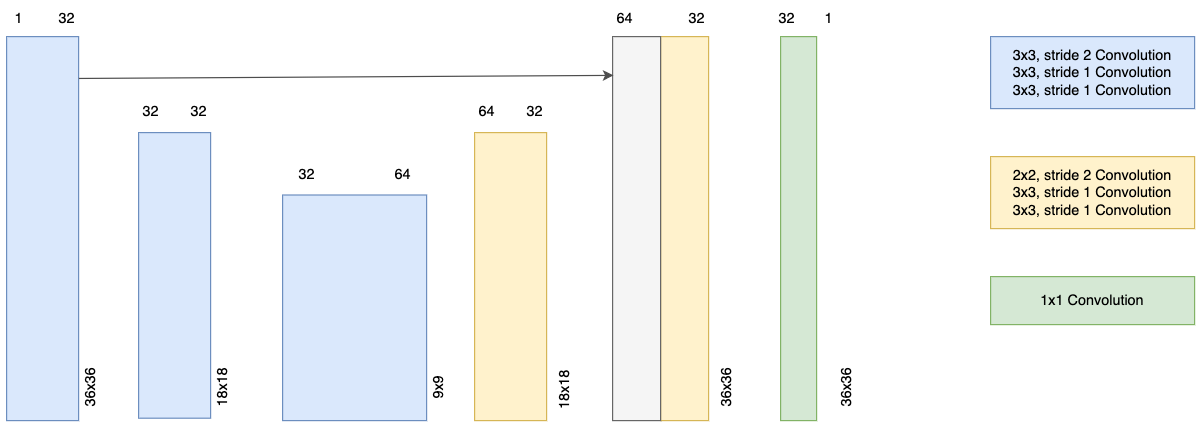
AndrejPer/AndrejPer.github.io keeps this draw.io diagram as assets/images/my_arch.png. Above is the earlier version. Source tidied: cells renumbered, new cells last; positions are measured from the earlier drawing's top-left corner, leaving out a move shared by most shapes. Its diagram source:
```xml
<mxGraphModel>
  <root>
    <mxCell id="0" />
    <mxCell id="1" parent="0" />
    <mxCell id="2" style="rounded=0;whiteSpace=wrap;html=1;fillColor=#dae8fc;strokeColor=#6c8ebf;" parent="1" vertex="1">
      <mxGeometry x="5" y="30" width="60" height="320" as="geometry" />
    </mxCell>
    <mxCell id="3" style="rounded=0;whiteSpace=wrap;html=1;fillColor=#fff2cc;strokeColor=#d6b656;" parent="1" vertex="1">
      <mxGeometry x="550" y="30" width="40" height="320" as="geometry" />
    </mxCell>
    <mxCell id="4" value="1" style="text;html=1;align=center;verticalAlign=middle;strokeColor=none;fillColor=none;" parent="1" vertex="1">
      <mxGeometry width="30" height="30" as="geometry" />
    </mxCell>
    <mxCell id="5" style="rounded=0;whiteSpace=wrap;html=1;fillColor=#f5f5f5;strokeColor=#666666;fontColor=#333333;" parent="1" vertex="1">
      <mxGeometry x="510" y="30" width="40" height="320" as="geometry" />
    </mxCell>
    <mxCell id="6" value="32" style="text;html=1;align=center;verticalAlign=middle;strokeColor=none;fillColor=none;" parent="1" vertex="1">
      <mxGeometry x="35" width="40" height="30" as="geometry" />
    </mxCell>
    <mxCell id="7" style="rounded=0;whiteSpace=wrap;html=1;fillColor=#dae8fc;strokeColor=#6c8ebf;" parent="1" vertex="1">
      <mxGeometry x="115" y="110" width="60" height="238" as="geometry" />
    </mxCell>
    <mxCell id="8" value="32" style="text;html=1;align=center;verticalAlign=middle;strokeColor=none;fillColor=none;" parent="1" vertex="1">
      <mxGeometry x="105" y="78" width="40" height="30" as="geometry" />
    </mxCell>
    <mxCell id="9" value="32" style="text;html=1;align=center;verticalAlign=middle;strokeColor=none;fillColor=none;" parent="1" vertex="1">
      <mxGeometry x="145" y="78" width="40" height="30" as="geometry" />
    </mxCell>
    <mxCell id="10" style="rounded=0;whiteSpace=wrap;html=1;fillColor=#dae8fc;strokeColor=#6c8ebf;" parent="1" vertex="1">
      <mxGeometry x="235" y="162" width="120" height="188" as="geometry" />
    </mxCell>
    <mxCell id="11" value="32" style="text;html=1;align=center;verticalAlign=middle;strokeColor=none;fillColor=none;" parent="1" vertex="1">
      <mxGeometry x="235" y="130" width="40" height="30" as="geometry" />
    </mxCell>
    <mxCell id="12" value="64" style="text;html=1;align=center;verticalAlign=middle;strokeColor=none;fillColor=none;" parent="1" vertex="1">
      <mxGeometry x="315" y="130" width="40" height="30" as="geometry" />
    </mxCell>
    <mxCell id="13" style="rounded=0;whiteSpace=wrap;html=1;fillColor=#fff2cc;strokeColor=#d6b656;" parent="1" vertex="1">
      <mxGeometry x="395" y="110" width="60" height="240" as="geometry" />
    </mxCell>
    <mxCell id="14" value="64" style="text;html=1;align=center;verticalAlign=middle;strokeColor=none;fillColor=none;" parent="1" vertex="1">
      <mxGeometry x="385" y="78" width="40" height="30" as="geometry" />
    </mxCell>
    <mxCell id="15" value="32" style="text;html=1;align=center;verticalAlign=middle;strokeColor=none;fillColor=none;" parent="1" vertex="1">
      <mxGeometry x="425" y="78" width="40" height="30" as="geometry" />
    </mxCell>
    <mxCell id="16" value="64" style="text;html=1;align=center;verticalAlign=middle;strokeColor=none;fillColor=none;" parent="1" vertex="1">
      <mxGeometry x="500" width="40" height="30" as="geometry" />
    </mxCell>
    <mxCell id="17" value="32" style="text;html=1;align=center;verticalAlign=middle;strokeColor=none;fillColor=none;" parent="1" vertex="1">
      <mxGeometry x="560" width="40" height="30" as="geometry" />
    </mxCell>
    <mxCell id="18" value="36x36" style="text;html=1;align=center;verticalAlign=middle;strokeColor=none;fillColor=none;rotation=-90;" parent="1" vertex="1">
      <mxGeometry x="45" y="308" width="60" height="30" as="geometry" />
    </mxCell>
    <mxCell id="19" value="18x18" style="text;html=1;align=center;verticalAlign=middle;strokeColor=none;fillColor=none;rotation=-90;" parent="1" vertex="1">
      <mxGeometry x="155" y="308" width="60" height="30" as="geometry" />
    </mxCell>
    <mxCell id="20" value="9x9" style="text;html=1;align=center;verticalAlign=middle;strokeColor=none;fillColor=none;rotation=-90;" parent="1" vertex="1">
      <mxGeometry x="345" y="308" width="40" height="30" as="geometry" />
    </mxCell>
    <mxCell id="21" value="18x18" style="text;html=1;align=center;verticalAlign=middle;strokeColor=none;fillColor=none;rotation=-90;" parent="1" vertex="1">
      <mxGeometry x="440" y="310" width="60" height="30" as="geometry" />
    </mxCell>
    <mxCell id="22" value="36x36" style="text;html=1;align=center;verticalAlign=middle;strokeColor=none;fillColor=none;rotation=-90;" parent="1" vertex="1">
      <mxGeometry x="575" y="308" width="60" height="30" as="geometry" />
    </mxCell>
    <mxCell id="23" style="rounded=0;whiteSpace=wrap;html=1;fillColor=#d5e8d4;strokeColor=#82b366;" parent="1" vertex="1">
      <mxGeometry x="650" y="30" width="30" height="320" as="geometry" />
    </mxCell>
    <mxCell id="24" value="32" style="text;html=1;align=center;verticalAlign=middle;strokeColor=none;fillColor=none;" parent="1" vertex="1">
      <mxGeometry x="635" width="40" height="30" as="geometry" />
    </mxCell>
    <mxCell id="25" value="1" style="text;html=1;align=center;verticalAlign=middle;strokeColor=none;fillColor=none;" parent="1" vertex="1">
      <mxGeometry x="675" width="30" height="30" as="geometry" />
    </mxCell>
    <mxCell id="26" value="36x36" style="text;html=1;align=center;verticalAlign=middle;strokeColor=none;fillColor=none;rotation=-90;" parent="1" vertex="1">
      <mxGeometry x="675" y="308" width="60" height="30" as="geometry" />
    </mxCell>
    <mxCell id="27" value="3x3, stride 2 Convolution&lt;br&gt;3x3, stride 1 Convolution&lt;br&gt;3x3, stride 1 Convolution" style="rounded=0;whiteSpace=wrap;html=1;fillColor=#dae8fc;strokeColor=#6c8ebf;" parent="1" vertex="1">
      <mxGeometry x="825" y="30" width="170" height="60" as="geometry" />
    </mxCell>
    <mxCell id="28" value="2x2, stride 2 Convolution&lt;br&gt;3x3, stride 1 Convolution&lt;br&gt;3x3, stride 1 Convolution" style="rounded=0;whiteSpace=wrap;html=1;fillColor=#fff2cc;strokeColor=#d6b656;" parent="1" vertex="1">
      <mxGeometry x="825" y="130" width="170" height="60" as="geometry" />
    </mxCell>
    <mxCell id="29" value="1x1 Convolution" style="rounded=0;whiteSpace=wrap;html=1;fillColor=#d5e8d4;strokeColor=#82b366;" parent="1" vertex="1">
      <mxGeometry x="825" y="230" width="170" height="40" as="geometry" />
    </mxCell>
    <mxCell id="30" style="endArrow=classic;html=1;rounded=0;entryX=0.019;entryY=0.101;entryDx=0;entryDy=0;exitX=1.004;exitY=0.109;exitDx=0;exitDy=0;strokeColor=#4D4D4D;exitPerimeter=0;entryPerimeter=0;" parent="1" edge="1" source="2" target="5">
      <mxGeometry relative="1" as="geometry" />
    </mxCell>
  </root>
</mxGraphModel>
```
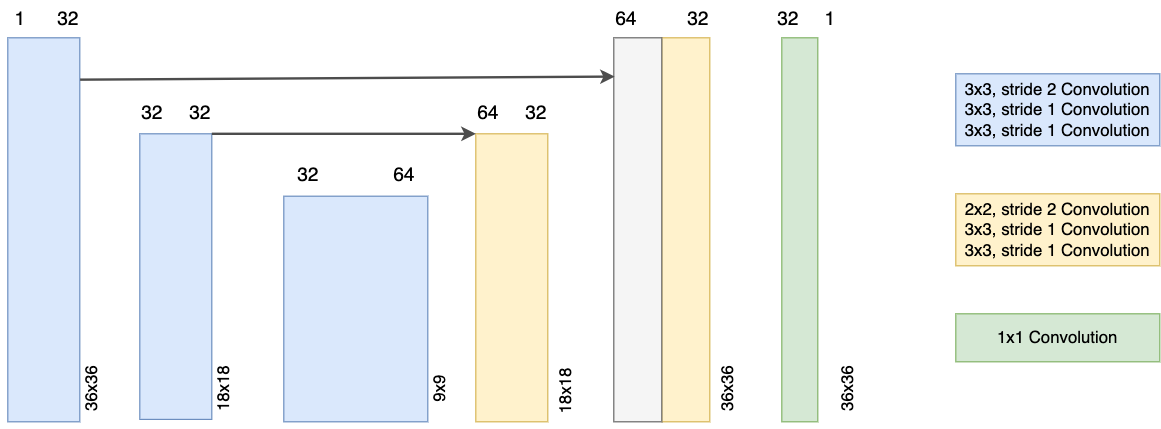
After the commit.

Commit message:
[UPDATE] => corrections to CorrSeg explanations

What changed in the source:
```diff
@@ -8,86 +8,89 @@
     <mxCell id="3" style="rounded=0;whiteSpace=wrap;html=1;fillColor=#fff2cc;strokeColor=#d6b656;" parent="1" vertex="1">
       <mxGeometry x="550" y="30" width="40" height="320" as="geometry" />
     </mxCell>
-    <mxCell id="4" value="1" style="text;html=1;align=center;verticalAlign=middle;strokeColor=none;fillColor=none;" parent="1" vertex="1">
+    <mxCell id="4" value="1" style="text;html=1;align=center;verticalAlign=middle;strokeColor=none;fillColor=none;strokeWidth=3;fontSize=16;" parent="1" vertex="1">
       <mxGeometry width="30" height="30" as="geometry" />
     </mxCell>
     <mxCell id="5" style="rounded=0;whiteSpace=wrap;html=1;fillColor=#f5f5f5;strokeColor=#666666;fontColor=#333333;" parent="1" vertex="1">
       <mxGeometry x="510" y="30" width="40" height="320" as="geometry" />
     </mxCell>
-    <mxCell id="6" value="32" style="text;html=1;align=center;verticalAlign=middle;strokeColor=none;fillColor=none;" parent="1" vertex="1">
+    <mxCell id="6" value="32" style="text;html=1;align=center;verticalAlign=middle;strokeColor=none;fillColor=none;strokeWidth=3;fontSize=16;" parent="1" vertex="1">
       <mxGeometry x="35" width="40" height="30" as="geometry" />
     </mxCell>
     <mxCell id="7" style="rounded=0;whiteSpace=wrap;html=1;fillColor=#dae8fc;strokeColor=#6c8ebf;" parent="1" vertex="1">
       <mxGeometry x="115" y="110" width="60" height="238" as="geometry" />
     </mxCell>
-    <mxCell id="8" value="32" style="text;html=1;align=center;verticalAlign=middle;strokeColor=none;fillColor=none;" parent="1" vertex="1">
+    <mxCell id="8" value="32" style="text;html=1;align=center;verticalAlign=middle;strokeColor=none;fillColor=none;strokeWidth=3;fontSize=16;" parent="1" vertex="1">
       <mxGeometry x="105" y="78" width="40" height="30" as="geometry" />
     </mxCell>
-    <mxCell id="9" value="32" style="text;html=1;align=center;verticalAlign=middle;strokeColor=none;fillColor=none;" parent="1" vertex="1">
+    <mxCell id="9" value="32" style="text;html=1;align=center;verticalAlign=middle;strokeColor=none;fillColor=none;strokeWidth=3;fontSize=16;" parent="1" vertex="1">
       <mxGeometry x="145" y="78" width="40" height="30" as="geometry" />
     </mxCell>
     <mxCell id="10" style="rounded=0;whiteSpace=wrap;html=1;fillColor=#dae8fc;strokeColor=#6c8ebf;" parent="1" vertex="1">
       <mxGeometry x="235" y="162" width="120" height="188" as="geometry" />
     </mxCell>
-    <mxCell id="11" value="32" style="text;html=1;align=center;verticalAlign=middle;strokeColor=none;fillColor=none;" parent="1" vertex="1">
+    <mxCell id="11" value="32" style="text;html=1;align=center;verticalAlign=middle;strokeColor=none;fillColor=none;strokeWidth=3;fontSize=16;" parent="1" vertex="1">
       <mxGeometry x="235" y="130" width="40" height="30" as="geometry" />
     </mxCell>
-    <mxCell id="12" value="64" style="text;html=1;align=center;verticalAlign=middle;strokeColor=none;fillColor=none;" parent="1" vertex="1">
+    <mxCell id="12" value="64" style="text;html=1;align=center;verticalAlign=middle;strokeColor=none;fillColor=none;strokeWidth=3;fontSize=16;" parent="1" vertex="1">
       <mxGeometry x="315" y="130" width="40" height="30" as="geometry" />
     </mxCell>
     <mxCell id="13" style="rounded=0;whiteSpace=wrap;html=1;fillColor=#fff2cc;strokeColor=#d6b656;" parent="1" vertex="1">
       <mxGeometry x="395" y="110" width="60" height="240" as="geometry" />
     </mxCell>
-    <mxCell id="14" value="64" style="text;html=1;align=center;verticalAlign=middle;strokeColor=none;fillColor=none;" parent="1" vertex="1">
+    <mxCell id="14" value="64" style="text;html=1;align=center;verticalAlign=middle;strokeColor=none;fillColor=none;strokeWidth=3;fontSize=16;" parent="1" vertex="1">
       <mxGeometry x="385" y="78" width="40" height="30" as="geometry" />
     </mxCell>
-    <mxCell id="15" value="32" style="text;html=1;align=center;verticalAlign=middle;strokeColor=none;fillColor=none;" parent="1" vertex="1">
+    <mxCell id="15" value="32" style="text;html=1;align=center;verticalAlign=middle;strokeColor=none;fillColor=none;strokeWidth=3;fontSize=16;" parent="1" vertex="1">
       <mxGeometry x="425" y="78" width="40" height="30" as="geometry" />
     </mxCell>
-    <mxCell id="16" value="64" style="text;html=1;align=center;verticalAlign=middle;strokeColor=none;fillColor=none;" parent="1" vertex="1">
+    <mxCell id="16" value="64" style="text;html=1;align=center;verticalAlign=middle;strokeColor=none;fillColor=none;strokeWidth=3;fontSize=16;" parent="1" vertex="1">
       <mxGeometry x="500" width="40" height="30" as="geometry" />
     </mxCell>
-    <mxCell id="17" value="32" style="text;html=1;align=center;verticalAlign=middle;strokeColor=none;fillColor=none;" parent="1" vertex="1">
+    <mxCell id="17" value="32" style="text;html=1;align=center;verticalAlign=middle;strokeColor=none;fillColor=none;strokeWidth=3;fontSize=16;" parent="1" vertex="1">
       <mxGeometry x="560" width="40" height="30" as="geometry" />
     </mxCell>
-    <mxCell id="18" value="36x36" style="text;html=1;align=center;verticalAlign=middle;strokeColor=none;fillColor=none;rotation=-90;" parent="1" vertex="1">
+    <mxCell id="18" value="36x36" style="text;html=1;align=center;verticalAlign=middle;strokeColor=none;fillColor=none;rotation=-90;fontSize=14;" parent="1" vertex="1">
       <mxGeometry x="45" y="308" width="60" height="30" as="geometry" />
     </mxCell>
-    <mxCell id="19" value="18x18" style="text;html=1;align=center;verticalAlign=middle;strokeColor=none;fillColor=none;rotation=-90;" parent="1" vertex="1">
+    <mxCell id="19" value="18x18" style="text;html=1;align=center;verticalAlign=middle;strokeColor=none;fillColor=none;rotation=-90;fontSize=14;" parent="1" vertex="1">
       <mxGeometry x="155" y="308" width="60" height="30" as="geometry" />
     </mxCell>
-    <mxCell id="20" value="9x9" style="text;html=1;align=center;verticalAlign=middle;strokeColor=none;fillColor=none;rotation=-90;" parent="1" vertex="1">
-      <mxGeometry x="345" y="308" width="40" height="30" as="geometry" />
+    <mxCell id="20" value="9x9" style="text;html=1;align=center;verticalAlign=middle;strokeColor=none;fillColor=none;rotation=-90;fontSize=14;" parent="1" vertex="1">
+      <mxGeometry x="340" y="308" width="50" height="30" as="geometry" />
     </mxCell>
-    <mxCell id="21" value="18x18" style="text;html=1;align=center;verticalAlign=middle;strokeColor=none;fillColor=none;rotation=-90;" parent="1" vertex="1">
+    <mxCell id="21" value="18x18" style="text;html=1;align=center;verticalAlign=middle;strokeColor=none;fillColor=none;rotation=-90;fontSize=14;" parent="1" vertex="1">
       <mxGeometry x="440" y="310" width="60" height="30" as="geometry" />
     </mxCell>
-    <mxCell id="22" value="36x36" style="text;html=1;align=center;verticalAlign=middle;strokeColor=none;fillColor=none;rotation=-90;" parent="1" vertex="1">
+    <mxCell id="22" value="36x36" style="text;html=1;align=center;verticalAlign=middle;strokeColor=none;fillColor=none;rotation=-90;fontSize=14;" parent="1" vertex="1">
       <mxGeometry x="575" y="308" width="60" height="30" as="geometry" />
     </mxCell>
     <mxCell id="23" style="rounded=0;whiteSpace=wrap;html=1;fillColor=#d5e8d4;strokeColor=#82b366;" parent="1" vertex="1">
       <mxGeometry x="650" y="30" width="30" height="320" as="geometry" />
     </mxCell>
-    <mxCell id="24" value="32" style="text;html=1;align=center;verticalAlign=middle;strokeColor=none;fillColor=none;" parent="1" vertex="1">
+    <mxCell id="24" value="32" style="text;html=1;align=center;verticalAlign=middle;strokeColor=none;fillColor=none;strokeWidth=3;fontSize=16;" parent="1" vertex="1">
       <mxGeometry x="635" width="40" height="30" as="geometry" />
     </mxCell>
-    <mxCell id="25" value="1" style="text;html=1;align=center;verticalAlign=middle;strokeColor=none;fillColor=none;" parent="1" vertex="1">
+    <mxCell id="25" value="1" style="text;html=1;align=center;verticalAlign=middle;strokeColor=none;fillColor=none;strokeWidth=3;fontSize=16;" parent="1" vertex="1">
       <mxGeometry x="675" width="30" height="30" as="geometry" />
     </mxCell>
-    <mxCell id="26" value="36x36" style="text;html=1;align=center;verticalAlign=middle;strokeColor=none;fillColor=none;rotation=-90;" parent="1" vertex="1">
+    <mxCell id="26" value="36x36" style="text;html=1;align=center;verticalAlign=middle;strokeColor=none;fillColor=none;rotation=-90;fontSize=14;" parent="1" vertex="1">
       <mxGeometry x="675" y="308" width="60" height="30" as="geometry" />
     </mxCell>
-    <mxCell id="27" value="3x3, stride 2 Convolution&lt;br&gt;3x3, stride 1 Convolution&lt;br&gt;3x3, stride 1 Convolution" style="rounded=0;whiteSpace=wrap;html=1;fillColor=#dae8fc;strokeColor=#6c8ebf;" parent="1" vertex="1">
-      <mxGeometry x="825" y="30" width="170" height="60" as="geometry" />
+    <mxCell id="27" value="3x3, stride 2 Convolution&lt;br style=&quot;font-size: 14px;&quot;&gt;3x3, stride 1 Convolution&lt;br style=&quot;font-size: 14px;&quot;&gt;3x3, stride 1 Convolution" style="rounded=0;whiteSpace=wrap;html=1;fillColor=#dae8fc;strokeColor=#6c8ebf;fontSize=14;" parent="1" vertex="1">
+      <mxGeometry x="795" y="60" width="170" height="60" as="geometry" />
     </mxCell>
-    <mxCell id="28" value="2x2, stride 2 Convolution&lt;br&gt;3x3, stride 1 Convolution&lt;br&gt;3x3, stride 1 Convolution" style="rounded=0;whiteSpace=wrap;html=1;fillColor=#fff2cc;strokeColor=#d6b656;" parent="1" vertex="1">
-      <mxGeometry x="825" y="130" width="170" height="60" as="geometry" />
+    <mxCell id="28" value="2x2, stride 2 Convolution&lt;br style=&quot;font-size: 14px;&quot;&gt;3x3, stride 1 Convolution&lt;br style=&quot;font-size: 14px;&quot;&gt;3x3, stride 1 Convolution" style="rounded=0;whiteSpace=wrap;html=1;fillColor=#fff2cc;strokeColor=#d6b656;fontSize=14;" parent="1" vertex="1">
+      <mxGeometry x="795" y="160" width="170" height="60" as="geometry" />
     </mxCell>
-    <mxCell id="29" value="1x1 Convolution" style="rounded=0;whiteSpace=wrap;html=1;fillColor=#d5e8d4;strokeColor=#82b366;" parent="1" vertex="1">
-      <mxGeometry x="825" y="230" width="170" height="40" as="geometry" />
+    <mxCell id="29" value="1x1 Convolution" style="rounded=0;whiteSpace=wrap;html=1;fillColor=#d5e8d4;strokeColor=#82b366;fontSize=14;" parent="1" vertex="1">
+      <mxGeometry x="795" y="260" width="170" height="40" as="geometry" />
     </mxCell>
-    <mxCell id="30" style="endArrow=classic;html=1;rounded=0;entryX=0.019;entryY=0.101;entryDx=0;entryDy=0;exitX=1.004;exitY=0.109;exitDx=0;exitDy=0;strokeColor=#4D4D4D;exitPerimeter=0;entryPerimeter=0;" parent="1" edge="1" source="2" target="5">
+    <mxCell id="30" style="endArrow=classic;html=1;rounded=0;entryX=0.019;entryY=0.101;entryDx=0;entryDy=0;exitX=1.004;exitY=0.109;exitDx=0;exitDy=0;strokeColor=#4D4D4D;exitPerimeter=0;entryPerimeter=0;strokeWidth=2;" parent="1" edge="1" source="2" target="5">
       <mxGeometry relative="1" as="geometry" />
     </mxCell>
+    <mxCell id="31" style="endArrow=classic;html=1;rounded=0;entryX=0;entryY=0;entryDx=0;entryDy=0;exitX=1;exitY=0;exitDx=0;exitDy=0;strokeColor=#4D4D4D;strokeWidth=2;" parent="1" edge="1" source="7" target="13">
+      <mxGeometry relative="1" as="geometry" />
+    </mxCell>
   </root>
 </mxGraphModel>
```
